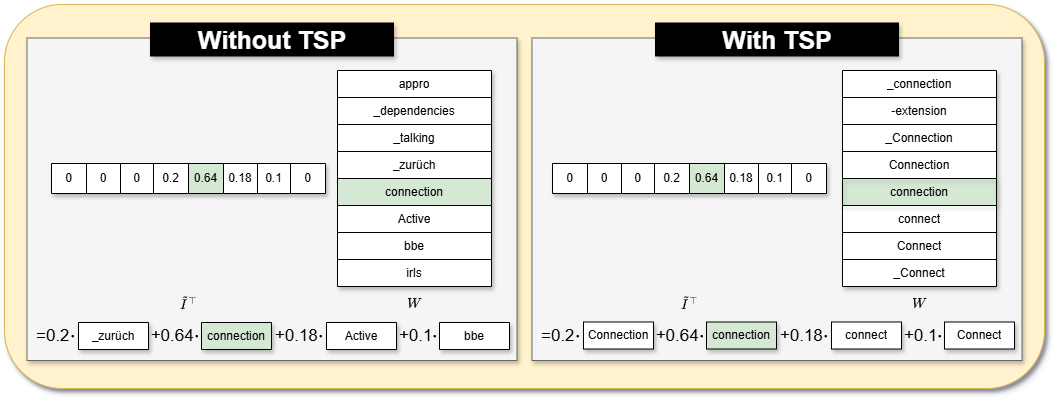
Before: assets/img/publication_preview/rho2025salesman.png, a diagram exported from draw.io (Donghwan-Rho/donghwan-rho.github.io). Source tidied: cells renumbered, new cells last; positions are measured from the earlier drawing's top-left corner, leaving out a move shared by most shapes.
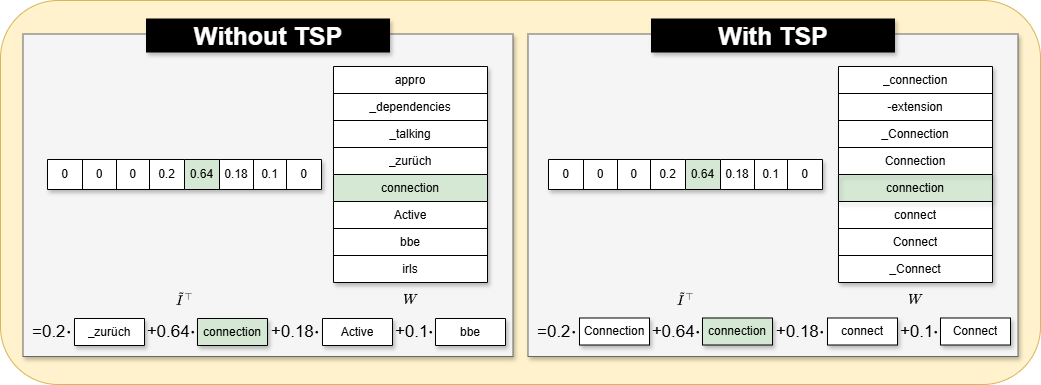
After the commit.

Change to the diagram source:
```diff
@@ -2,7 +2,7 @@
   <root>
     <mxCell id="0" />
     <mxCell id="1" parent="0" />
-    <mxCell id="2" style="rounded=1;whiteSpace=wrap;html=1;fillColor=#fff2cc;strokeColor=#d6b656;shadow=1;" parent="1" vertex="1">
+    <mxCell id="2" style="rounded=1;whiteSpace=wrap;html=1;fillColor=#fff2cc;strokeColor=#d6b656;shadow=0;" parent="1" vertex="1">
       <mxGeometry width="1040" height="384" as="geometry" />
     </mxCell>
     <mxCell id="3" style="rounded=0;whiteSpace=wrap;html=1;fillColor=#f5f5f5;fontColor=#333333;strokeColor=#666666;shadow=1;" parent="1" vertex="1">
```
